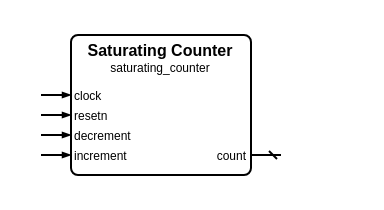
The draw.io diagram sources/counter/saturating_counter/saturating_counter.symbol.drawio in Louis-DR/OmniCores-BuildingBlocks, before the edit. Source tidied: cells renumbered, new cells numbered last; positions are measured from the earlier drawing's top-left corner, leaving out a move shared by most shapes. Both pictures are drawn from the tidied source at 200%, with x=0, y=0 at pixel (40, 34).
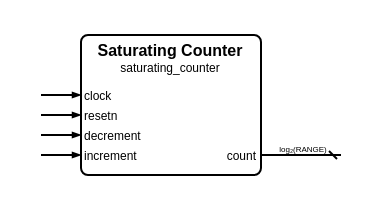
After the change.

Change to the diagram source:
```diff
@@
     <mxCell id="2" style="group;" parent="1" vertex="1">
-      <mxGeometry width="120" height="70" as="geometry" />
+      <mxGeometry width="150" height="70" as="geometry" />
     </mxCell>
     <mxCell id="3" style="rounded=1;arcSize=5;fillColor=none;strokeWidth=1;strokeColor=black;whiteSpace=wrap;html=1;" parent="2" vertex="1">
-      <mxGeometry x="15" width="90" height="70" as="geometry" />
+      <mxGeometry x="20" width="90" height="70" as="geometry" />
     </mxCell>
     <mxCell id="4" value="Saturating Counter" style="text;html=1;align=center;verticalAlign=middle;whiteSpace=wrap;rounded=0;fontSize=8;fontStyle=1;fontColor=black;" parent="2" vertex="1">
-      <mxGeometry x="15" y="7" width="90" as="geometry" />
+      <mxGeometry x="20" y="7" width="90" as="geometry" />
     </mxCell>
     <mxCell id="5" value="saturating_counter" style="text;html=1;align=center;verticalAlign=middle;whiteSpace=wrap;rounded=0;fontSize=6;fontStyle=0;fontColor=black;" parent="2" vertex="1">
-      <mxGeometry x="15" y="16" width="90" as="geometry" />
+      <mxGeometry x="20" y="16" width="90" as="geometry" />
     </mxCell>
     <mxCell id="6" value="clock" style="text;html=1;align=left;verticalAlign=middle;whiteSpace=wrap;rounded=0;fontSize=6;fontStyle=0;fontColor=black;" parent="2" vertex="1">
-      <mxGeometry x="15" y="30" width="90" as="geometry" />
+      <mxGeometry x="20" y="30" width="90" as="geometry" />
     </mxCell>
     <mxCell id="7" style="html=1;rounded=1;strokeWidth=1;strokeColor=black;startFill=0;startSize=2;startArrow=none;endFill=1;endSize=2;endArrow=blockThin;sourcePerimeterSpacing=0;" parent="2" edge="1">
       <mxGeometry relative="1" as="geometry">
         <mxPoint y="30" as="sourcePoint" />
-        <mxPoint x="15" y="30" as="targetPoint" />
+        <mxPoint x="20" y="30" as="targetPoint" />
       </mxGeometry>
     </mxCell>
     <mxCell id="8" value="resetn" style="text;html=1;align=left;verticalAlign=middle;whiteSpace=wrap;rounded=0;fontSize=6;fontStyle=0;fontColor=black;" parent="2" vertex="1">
-      <mxGeometry x="15" y="40" width="90" as="geometry" />
+      <mxGeometry x="20" y="40" width="90" as="geometry" />
     </mxCell>
     <mxCell id="9" style="html=1;rounded=1;strokeWidth=1;strokeColor=black;startFill=0;startSize=2;startArrow=none;endFill=1;endSize=2;endArrow=blockThin;sourcePerimeterSpacing=0;" parent="2" edge="1">
       <mxGeometry relative="1" as="geometry">
         <mxPoint y="40" as="sourcePoint" />
-        <mxPoint x="15" y="40" as="targetPoint" />
+        <mxPoint x="20" y="40" as="targetPoint" />
       </mxGeometry>
     </mxCell>
     <mxCell id="10" value="decrement" style="text;html=1;align=left;verticalAlign=middle;whiteSpace=wrap;rounded=0;fontSize=6;fontStyle=0;fontColor=black;" parent="2" vertex="1">
-      <mxGeometry x="15" y="50" width="90" as="geometry" />
+      <mxGeometry x="20" y="50" width="90" as="geometry" />
     </mxCell>
     <mxCell id="11" style="html=1;rounded=1;strokeWidth=1;strokeColor=black;startFill=0;startSize=2;startArrow=none;endFill=1;endSize=2;endArrow=blockThin;sourcePerimeterSpacing=0;" parent="2" edge="1">
       <mxGeometry relative="1" as="geometry">
         <mxPoint y="50" as="sourcePoint" />
-        <mxPoint x="15" y="50" as="targetPoint" />
+        <mxPoint x="20" y="50" as="targetPoint" />
       </mxGeometry>
     </mxCell>
     <mxCell id="12" value="increment" style="text;html=1;align=left;verticalAlign=middle;whiteSpace=wrap;rounded=0;fontSize=6;fontStyle=0;fontColor=black;" parent="2" vertex="1">
-      <mxGeometry x="15" y="60" width="90" as="geometry" />
+      <mxGeometry x="20" y="60" width="90" as="geometry" />
     </mxCell>
     <mxCell id="13" style="html=1;rounded=1;strokeWidth=1;strokeColor=black;startFill=0;startSize=2;startArrow=none;endFill=1;endSize=2;endArrow=blockThin;sourcePerimeterSpacing=0;" parent="2" edge="1">
       <mxGeometry relative="1" as="geometry">
         <mxPoint y="60" as="sourcePoint" />
-        <mxPoint x="15" y="60" as="targetPoint" />
+        <mxPoint x="20" y="60" as="targetPoint" />
       </mxGeometry>
     </mxCell>
     <mxCell id="14" value="count" style="text;html=1;align=right;verticalAlign=middle;whiteSpace=wrap;rounded=0;fontSize=6;fontStyle=0;fontColor=black;" parent="2" vertex="1">
-      <mxGeometry x="15" y="60" width="90" as="geometry" />
+      <mxGeometry x="20" y="60" width="90" as="geometry" />
     </mxCell>
     <mxCell id="15" style="html=1;rounded=1;strokeWidth=1;strokeColor=black;startFill=0;startSize=2;startArrow=dash;endFill=1;endSize=2;endArrow=none;sourcePerimeterSpacing=0;" parent="2" edge="1">
       <mxGeometry relative="1" as="geometry">
-        <mxPoint x="120" y="60" as="sourcePoint" />
-        <mxPoint x="105" y="60" as="targetPoint" />
+        <mxPoint x="150" y="60" as="sourcePoint" />
+        <mxPoint x="110" y="60" as="targetPoint" />
       </mxGeometry>
     </mxCell>
+    <mxCell id="16" value="log₂(RANGE)" style="text;html=1;align=center;verticalAlign=middle;whiteSpace=nowrap;rounded=0;fontSize=4;fontStyle=0;fontColor=black;" parent="2" vertex="1">
+      <mxGeometry x="130" y="57" as="geometry" />
+    </mxCell>
```
